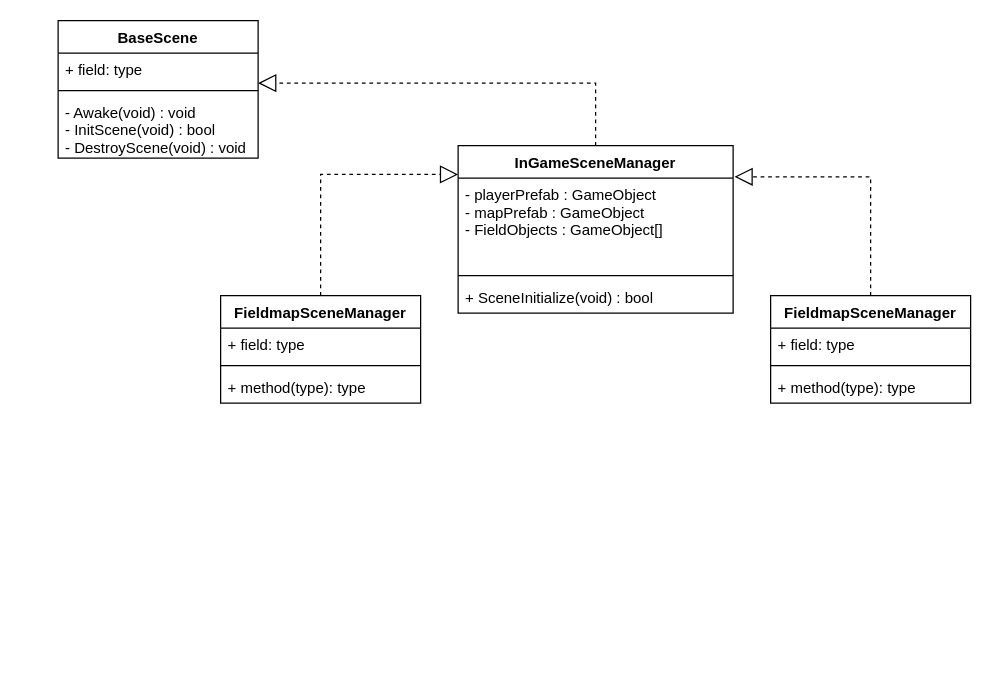
This is Diagrams/SceneManager.drawio from 1nS0mni4/FPSGameServer, a draw.io file, before an edit. Source tidied: cells renumbered, new cells numbered last; positions are measured from the earlier drawing's top-left corner, leaving out a move shared by most shapes. Both pictures are drawn from the tidied source at 125%, with x=0, y=0 at pixel (58, 20).
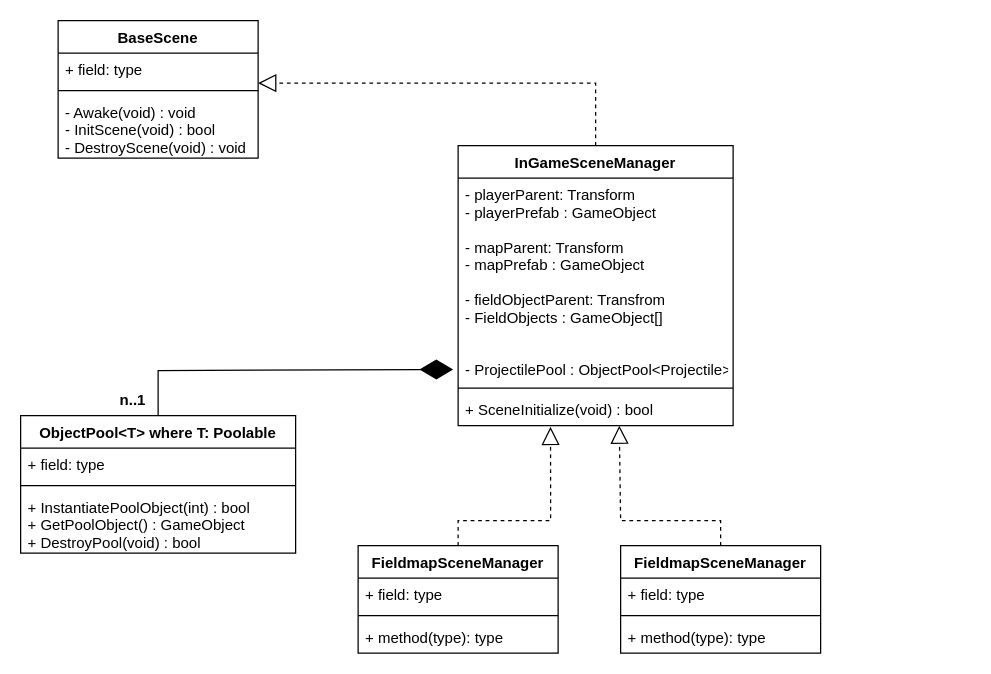
The same diagram, later.

Diff of the diagram source:
```diff
@@
     <mxCell id="6" value="InGameSceneManager" style="swimlane;fontStyle=1;align=center;verticalAlign=top;horizontal=1;startSize=26;" parent="1" vertex="1">
-      <mxGeometry x="320" y="100" width="220" height="134" as="geometry" />
+      <mxGeometry x="320" y="100" width="220" height="224" as="geometry" />
     </mxCell>
-    <mxCell id="7" value="- playerPrefab : GameObject&#10;- mapPrefab : GameObject&#10;- FieldObjects : GameObject[]&#10;" style="text;strokeColor=none;fillColor=none;align=left;verticalAlign=top;spacingLeft=4;spacingRight=4;overflow=hidden;points=[[0,0.5],[1,0.5]];portConstraint=eastwest;" parent="6" vertex="1">
-      <mxGeometry y="26" width="220" height="74" as="geometry" />
+    <mxCell id="7" value="- playerParent: Transform&#10;- playerPrefab : GameObject&#10;&#10;- mapParent: Transform&#10;- mapPrefab : GameObject&#10;&#10;- fieldObjectParent: Transfrom&#10;- FieldObjects : GameObject[]&#10;&#10;&#10;- ProjectilePool : ObjectPool&lt;Projectile&gt;" style="text;strokeColor=none;fillColor=none;align=left;verticalAlign=top;spacingLeft=4;spacingRight=4;overflow=hidden;points=[[0,0.5],[1,0.5]];portConstraint=eastwest;" parent="6" vertex="1">
+      <mxGeometry y="26" width="220" height="164" as="geometry" />
     </mxCell>
     <mxCell id="8" style="line;strokeWidth=1;fillColor=none;align=left;verticalAlign=middle;spacingTop=-1;spacingLeft=3;spacingRight=3;labelPosition=right;" parent="6" vertex="1">
-      <mxGeometry y="100" width="220" height="8" as="geometry" />
+      <mxGeometry y="190" width="220" height="8" as="geometry" />
     </mxCell>
     <mxCell id="9" value="+ SceneInitialize(void) : bool" style="text;strokeColor=none;fillColor=none;align=left;verticalAlign=top;spacingLeft=4;spacingRight=4;overflow=hidden;points=[[0,0.5],[1,0.5]];portConstraint=eastwest;" parent="6" vertex="1">
-      <mxGeometry y="108" width="220" height="26" as="geometry" />
+      <mxGeometry y="198" width="220" height="26" as="geometry" />
     </mxCell>
@@
     <mxCell id="11" value="FieldmapSceneManager" style="swimlane;fontStyle=1;align=center;verticalAlign=top;horizontal=1;startSize=26;" parent="1" vertex="1">
-      <mxGeometry x="130" y="220" width="160" height="86" as="geometry" />
+      <mxGeometry x="240" y="420" width="160" height="86" as="geometry" />
     </mxCell>
@@
     <mxCell id="15" value="FieldmapSceneManager" style="swimlane;fontStyle=1;align=center;verticalAlign=top;horizontal=1;startSize=26;" parent="1" vertex="1">
-      <mxGeometry x="570" y="220" width="160" height="86" as="geometry" />
+      <mxGeometry x="450" y="420" width="160" height="86" as="geometry" />
     </mxCell>
@@
-    <mxCell id="19" style="endArrow=block;dashed=1;endFill=0;endSize=12;html=1;rounded=0;entryX=0;entryY=0.172;entryDx=0;entryDy=0;entryPerimeter=0;exitX=0.5;exitY=0;exitDx=0;exitDy=0;" parent="1" edge="1" source="11" target="6">
+    <mxCell id="19" style="endArrow=block;dashed=1;endFill=0;endSize=12;html=1;rounded=0;entryX=0.336;entryY=1.038;entryDx=0;entryDy=0;entryPerimeter=0;exitX=0.5;exitY=0;exitDx=0;exitDy=0;" parent="1" edge="1" source="11" target="9">
       <mxGeometry relative="1" as="geometry">
         <Array as="points">
-          <mxPoint x="210" y="123" />
+          <mxPoint x="320" y="400" />
+          <mxPoint x="394" y="400" />
         </Array>
       </mxGeometry>
     </mxCell>
-    <mxCell id="20" style="endArrow=block;dashed=1;endFill=0;endSize=12;html=1;rounded=0;exitX=0.5;exitY=0;exitDx=0;exitDy=0;entryX=1.005;entryY=0.186;entryDx=0;entryDy=0;entryPerimeter=0;" parent="1" edge="1" source="15" target="6">
+    <mxCell id="20" style="endArrow=block;dashed=1;endFill=0;endSize=12;html=1;rounded=0;exitX=0.5;exitY=0;exitDx=0;exitDy=0;entryX=0.586;entryY=1;entryDx=0;entryDy=0;entryPerimeter=0;" parent="1" edge="1" source="15" target="9">
       <mxGeometry relative="1" as="geometry">
         <Array as="points">
-          <mxPoint x="650" y="125" />
+          <mxPoint x="530" y="400" />
+          <mxPoint x="450" y="400" />
         </Array>
       </mxGeometry>
     </mxCell>
+    <mxCell id="21" value="ObjectPool&lt;T&gt; where T: Poolable" style="swimlane;fontStyle=1;align=center;verticalAlign=top;horizontal=1;startSize=26;" parent="1" vertex="1">
+      <mxGeometry x="-30" y="316" width="220" height="110" as="geometry" />
+    </mxCell>
+    <mxCell id="22" value="+ field: type" style="text;strokeColor=none;fillColor=none;align=left;verticalAlign=top;spacingLeft=4;spacingRight=4;overflow=hidden;" parent="21" vertex="1">
+      <mxGeometry y="26" width="220" height="26" as="geometry" />
+    </mxCell>
+    <mxCell id="23" style="line;strokeWidth=1;fillColor=none;align=left;verticalAlign=middle;spacingTop=-1;spacingLeft=3;spacingRight=3;labelPosition=right;" parent="21" vertex="1">
+      <mxGeometry y="52" width="220" height="8" as="geometry" />
+    </mxCell>
+    <mxCell id="24" value="+ InstantiatePoolObject(int) : bool&#10;+ GetPoolObject() : GameObject&#10;+ DestroyPool(void) : bool" style="text;strokeColor=none;fillColor=none;align=left;verticalAlign=top;spacingLeft=4;spacingRight=4;overflow=hidden;" parent="21" vertex="1">
+      <mxGeometry y="60" width="220" height="50" as="geometry" />
+    </mxCell>
+    <mxCell id="25" style="endArrow=diamondThin;endFill=1;endSize=24;html=1;rounded=0;exitX=0.5;exitY=0;exitDx=0;exitDy=0;entryX=-0.018;entryY=0.933;entryDx=0;entryDy=0;entryPerimeter=0;" parent="1" edge="1" source="21" target="7">
+      <mxGeometry relative="1" as="geometry">
+        <Array as="points">
+          <mxPoint x="80" y="280" />
+        </Array>
+      </mxGeometry>
+    </mxCell>
+    <mxCell id="26" value="n..1" style="text;align=center;fontStyle=1;verticalAlign=middle;spacingLeft=3;spacingRight=3;strokeColor=none;" parent="1" vertex="1">
+      <mxGeometry x="20" y="290" width="80" height="26" as="geometry" />
+    </mxCell>
```
